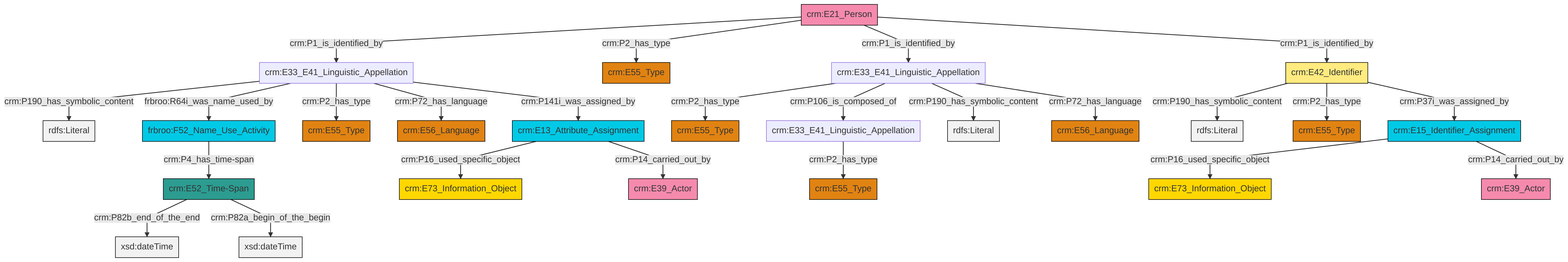
Earlier version of the Mermaid export et/personCSV/ttl/mmd/png/Person_Names_and_Classification.png (swiss-art-research-net/reference-data-models). Its source is kept beside it as et/personCSV/ttl/mmd/Person_Names_and_Classification.ttl.mmd.
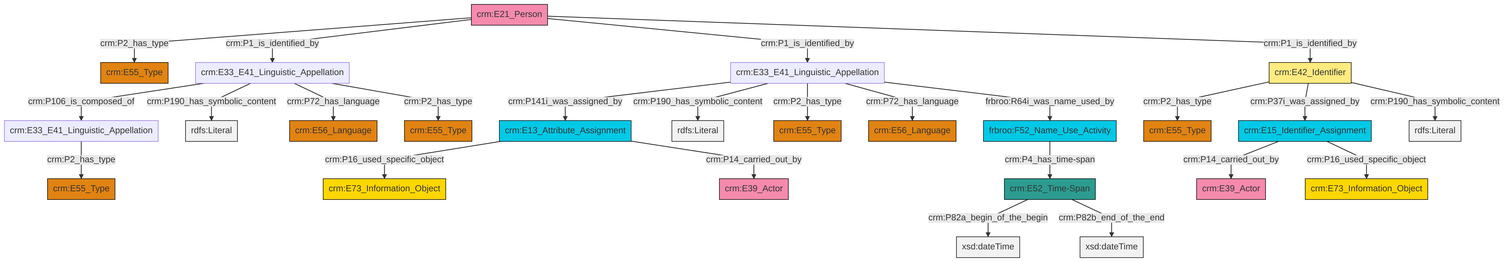
After the commit.

The edit, as a diff of the source:
```diff
@@ -13,27 +13,27 @@
 classDef PC_Classes fill:#4ce600, stroke:#000000;
 classDef Multi fill:#cccccc,stroke:#000000;
 
-4["crm:E33_E41_Linguistic_Appellation"]:::Default -->|crm:P2_has_type| 0["crm:E55_Type"]:::Type
-4["crm:E33_E41_Linguistic_Appellation"]:::Default -->|crm:P106_is_composed_of| 7["crm:E33_E41_Linguistic_Appellation"]:::Default
-4["crm:E33_E41_Linguistic_Appellation"]:::Default -->|crm:P190_has_symbolic_content| 14[rdfs:Literal]:::Literal
-15["crm:E21_Person"]:::Actor -->|crm:P1_is_identified_by| 17["crm:E33_E41_Linguistic_Appellation"]:::Default
-29["crm:E15_Identifier_Assignment"]:::Temporal_Entity -->|crm:P16_used_specific_object| 30["crm:E73_Information_Object"]:::Conceptual_Object
-17["crm:E33_E41_Linguistic_Appellation"]:::Default -->|crm:P190_has_symbolic_content| 31[rdfs:Literal]:::Literal
-7["crm:E33_E41_Linguistic_Appellation"]:::Default -->|crm:P2_has_type| 32["crm:E55_Type"]:::Type
-34["crm:E42_Identifier"]:::Appellation -->|crm:P190_has_symbolic_content| 35[rdfs:Literal]:::Literal
-37["crm:E52_Time-Span"]:::Time-Span -->|crm:P82b_end_of_the_end| 38[xsd:dateTime]:::Literal
-37["crm:E52_Time-Span"]:::Time-Span -->|crm:P82a_begin_of_the_begin| 40[xsd:dateTime]:::Literal
-34["crm:E42_Identifier"]:::Appellation -->|crm:P2_has_type| 8["crm:E55_Type"]:::Type
-27["crm:E13_Attribute_Assignment"]:::Temporal_Entity -->|crm:P16_used_specific_object| 23["crm:E73_Information_Object"]:::Conceptual_Object
-15["crm:E21_Person"]:::Actor -->|crm:P2_has_type| 5["crm:E55_Type"]:::Type
-17["crm:E33_E41_Linguistic_Appellation"]:::Default -->|frbroo:R64i_was_name_used_by| 21["frbroo:F52_Name_Use_Activity"]:::Temporal_Entity
-4["crm:E33_E41_Linguistic_Appellation"]:::Default -->|crm:P72_has_language| 19["crm:E56_Language"]:::Type
-17["crm:E33_E41_Linguistic_Appellation"]:::Default -->|crm:P2_has_type| 12["crm:E55_Type"]:::Type
-29["crm:E15_Identifier_Assignment"]:::Temporal_Entity -->|crm:P14_carried_out_by| 2["crm:E39_Actor"]:::Actor
-15["crm:E21_Person"]:::Actor -->|crm:P1_is_identified_by| 4["crm:E33_E41_Linguistic_Appellation"]:::Default
-34["crm:E42_Identifier"]:::Appellation -->|crm:P37i_was_assigned_by| 29["crm:E15_Identifier_Assignment"]:::Temporal_Entity
-17["crm:E33_E41_Linguistic_Appellation"]:::Default -->|crm:P72_has_language| 25["crm:E56_Language"]:::Type
-27["crm:E13_Attribute_Assignment"]:::Temporal_Entity -->|crm:P14_carried_out_by| 10["crm:E39_Actor"]:::Actor
-15["crm:E21_Person"]:::Actor -->|crm:P1_is_identified_by| 34["crm:E42_Identifier"]:::Appellation
-17["crm:E33_E41_Linguistic_Appellation"]:::Default -->|crm:P141i_was_assigned_by| 27["crm:E13_Attribute_Assignment"]:::Temporal_Entity
-21["frbroo:F52_Name_Use_Activity"]:::Temporal_Entity -->|crm:P4_has_time-span| 37["crm:E52_Time-Span"]:::Time-Span
+0["crm:E33_E41_Linguistic_Appellation"]:::Default -->|crm:P141i_was_assigned_by| 1["crm:E13_Attribute_Assignment"]:::Temporal_Entity
+0["crm:E33_E41_Linguistic_Appellation"]:::Default -->|crm:P190_has_symbolic_content| 2[rdfs:Literal]:::Literal
+0["crm:E33_E41_Linguistic_Appellation"]:::Default -->|crm:P2_has_type| 5["crm:E55_Type"]:::Type
+0["crm:E33_E41_Linguistic_Appellation"]:::Default -->|crm:P72_has_language| 12["crm:E56_Language"]:::Type
+13["crm:E33_E41_Linguistic_Appellation"]:::Default -->|crm:P106_is_composed_of| 3["crm:E33_E41_Linguistic_Appellation"]:::Default
+13["crm:E33_E41_Linguistic_Appellation"]:::Default -->|crm:P190_has_symbolic_content| 16[rdfs:Literal]:::Literal
+17["crm:E21_Person"]:::Actor -->|crm:P2_has_type| 8["crm:E55_Type"]:::Type
+1["crm:E13_Attribute_Assignment"]:::Temporal_Entity -->|crm:P16_used_specific_object| 22["crm:E73_Information_Object"]:::Conceptual_Object
+6["crm:E15_Identifier_Assignment"]:::Temporal_Entity -->|crm:P14_carried_out_by| 23["crm:E39_Actor"]:::Actor
+26["crm:E52_Time-Span"]:::Time-Span -->|crm:P82a_begin_of_the_begin| 27[xsd:dateTime]:::Literal
+13["crm:E33_E41_Linguistic_Appellation"]:::Default -->|crm:P72_has_language| 14["crm:E56_Language"]:::Type
+33["crm:E42_Identifier"]:::Appellation -->|crm:P2_has_type| 18["crm:E55_Type"]:::Type
+17["crm:E21_Person"]:::Actor -->|crm:P1_is_identified_by| 13["crm:E33_E41_Linguistic_Appellation"]:::Default
+13["crm:E33_E41_Linguistic_Appellation"]:::Default -->|crm:P2_has_type| 30["crm:E55_Type"]:::Type
+0["crm:E33_E41_Linguistic_Appellation"]:::Default -->|frbroo:R64i_was_name_used_by| 24["frbroo:F52_Name_Use_Activity"]:::Temporal_Entity
+3["crm:E33_E41_Linguistic_Appellation"]:::Default -->|crm:P2_has_type| 20["crm:E55_Type"]:::Type
+24["frbroo:F52_Name_Use_Activity"]:::Temporal_Entity -->|crm:P4_has_time-span| 26["crm:E52_Time-Span"]:::Time-Span
+17["crm:E21_Person"]:::Actor -->|crm:P1_is_identified_by| 0["crm:E33_E41_Linguistic_Appellation"]:::Default
+33["crm:E42_Identifier"]:::Appellation -->|crm:P37i_was_assigned_by| 6["crm:E15_Identifier_Assignment"]:::Temporal_Entity
+6["crm:E15_Identifier_Assignment"]:::Temporal_Entity -->|crm:P16_used_specific_object| 10["crm:E73_Information_Object"]:::Conceptual_Object
+33["crm:E42_Identifier"]:::Appellation -->|crm:P190_has_symbolic_content| 38[rdfs:Literal]:::Literal
+1["crm:E13_Attribute_Assignment"]:::Temporal_Entity -->|crm:P14_carried_out_by| 28["crm:E39_Actor"]:::Actor
+26["crm:E52_Time-Span"]:::Time-Span -->|crm:P82b_end_of_the_end| 43[xsd:dateTime]:::Literal
+17["crm:E21_Person"]:::Actor -->|crm:P1_is_identified_by| 33["crm:E42_Identifier"]:::Appellation
```
